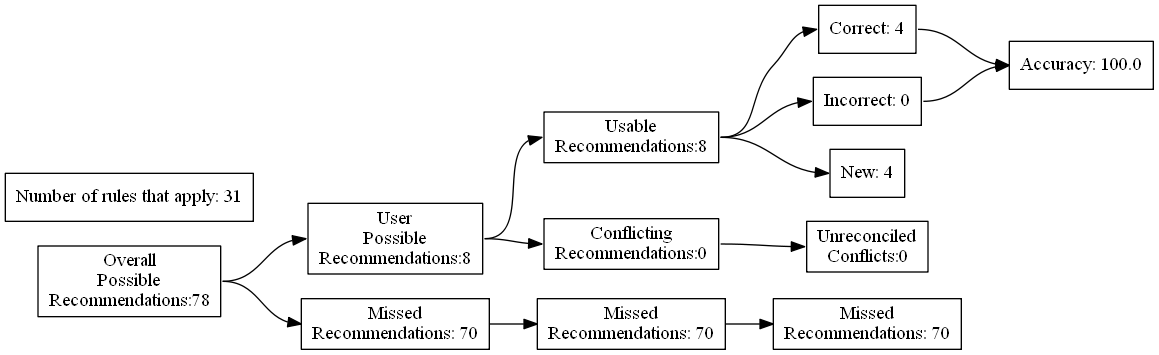
The Graphviz diagram test_renders/28.gv.png in ZaxR/ibd_diet_analysis, before a commit. Its source is kept beside it as test_renders/28.gv.
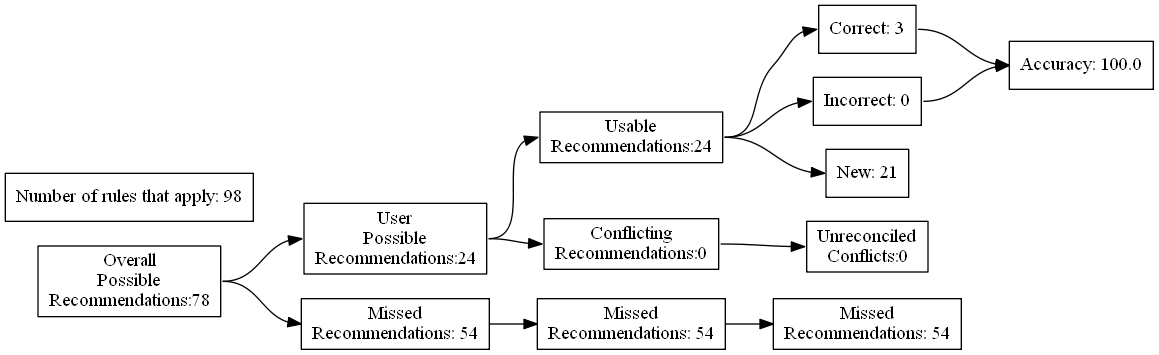
Later version of the same file.

Diff of the diagram source:
```diff
@@ -7,24 +7,24 @@
 Recommendations:78"]
 		B [label="User
 Possible
-Recommendations:8"]
+Recommendations:24"]
 		C [label="Missed
-Recommendations: 70"]
+Recommendations: 54"]
 		D [label="Usable
-Recommendations:8"]
+Recommendations:24"]
 		E [label="Conflicting
 Recommendations:0"]
 		J [label="Missed
-Recommendations: 70"]
+Recommendations: 54"]
 		M [label="Unreconciled
 Conflicts:0"]
-		F [label="Correct: 4"]
+		F [label="Correct: 3"]
 		G [label="Incorrect: 0"]
-		H [label="New: 4"]
+		H [label="New: 21"]
 		K [label="Missed
-Recommendations: 70"]
+Recommendations: 54"]
 		I [label="Accuracy: 100.0"]
-		l [label="Number of rules that apply: 31"]
+		l [label="Number of rules that apply: 98"]
 			A -> B
 			A -> C
 			B -> D
```
